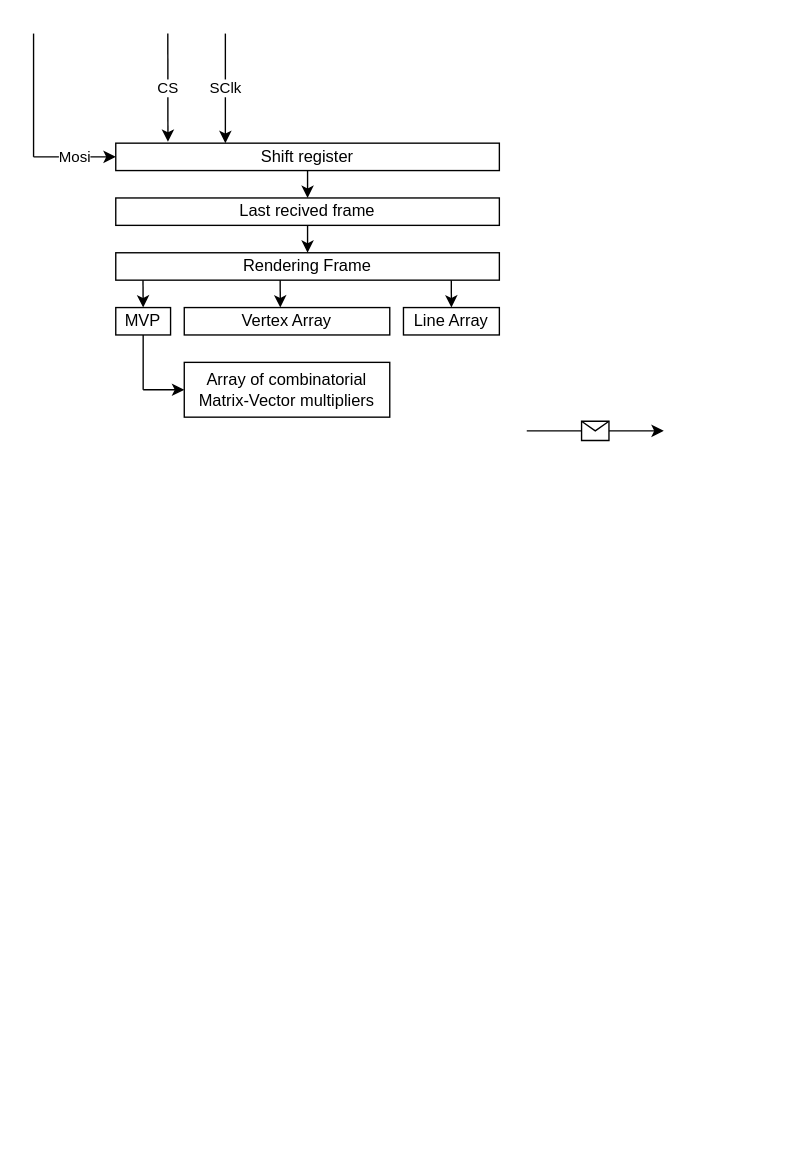
Above: fpga/Untitled Diagram.drawio in halworsen/tdt4295-grafikk (draw.io), before the change. Source tidied: cells renumbered, new cells numbered last; positions are measured from the earlier drawing's top-left corner, leaving out a move shared by most shapes. Both pictures are drawn from the tidied source at 137%, with x=0, y=0 at pixel (33, 33).
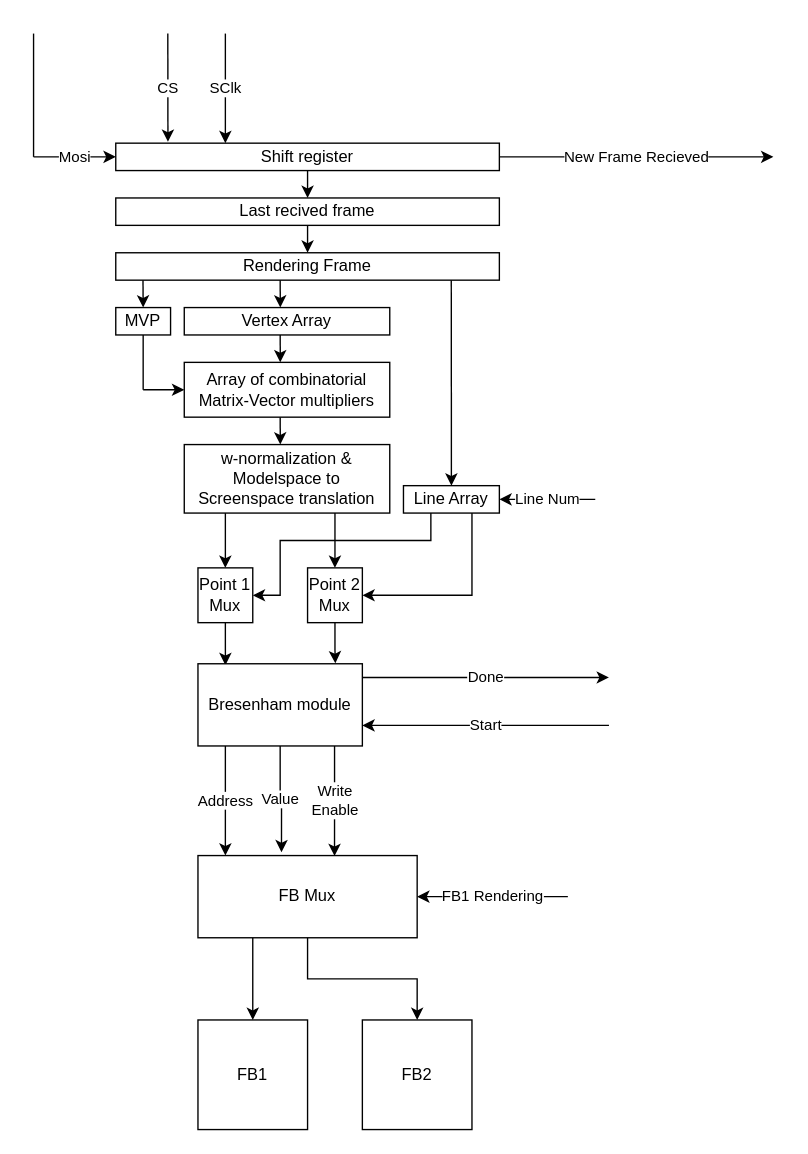
The same page after the edit.

The change refers to these unchanged cells:
```xml
<mxCell id="2" value="Shift register" style="rounded=0;whiteSpace=wrap;html=1;" parent="1" vertex="1">
  <mxGeometry x="60" y="80" width="280" height="20" as="geometry" />
</mxCell>
```

What changed in the source:
```diff
@@
+    <mxCell id="22" value="&lt;div&gt;New Frame Recieved&lt;/div&gt;" style="edgeStyle=orthogonalEdgeStyle;rounded=0;jettySize=auto;html=1;" parent="1" edge="1" source="2">
+      <mxGeometry relative="1" as="geometry">
+        <mxPoint x="540" y="90" as="targetPoint" />
+      </mxGeometry>
+    </mxCell>
@@
+    <mxCell id="23" style="edgeStyle=orthogonalEdgeStyle;rounded=0;jettySize=auto;html=1;entryX=1;entryY=0.5;entryDx=0;entryDy=0;" parent="1" edge="1" source="13" target="32">
+      <mxGeometry relative="1" as="geometry">
+        <Array as="points">
+          <mxPoint x="290" y="370" />
+          <mxPoint x="180" y="370" />
+          <mxPoint x="180" y="410" />
+        </Array>
+      </mxGeometry>
+    </mxCell>
+    <mxCell id="24" style="edgeStyle=orthogonalEdgeStyle;rounded=0;jettySize=auto;html=1;entryX=1;entryY=0.5;entryDx=0;entryDy=0;" parent="1" edge="1" source="13" target="34">
+      <mxGeometry relative="1" as="geometry">
+        <Array as="points">
+          <mxPoint x="320" y="410" />
+        </Array>
+      </mxGeometry>
+    </mxCell>
     <mxCell id="13" value="Line Array" style="rounded=0;whiteSpace=wrap;html=1;" parent="1" vertex="1">
-      <mxGeometry x="270" y="200" width="70" height="20" as="geometry" />
+      <mxGeometry x="270" y="330" width="70" height="20" as="geometry" />
     </mxCell>
@@
-    <mxCell id="16" style="endArrow=classic;html=1;rounded=0;entryX=0.5;entryY=0;entryDx=0;entryDy=0;exitX=0.071;exitY=1;exitDx=0;exitDy=0;exitPerimeter=0;" parent="1" edge="1">
+    <mxCell id="16" style="endArrow=classic;html=1;rounded=0;entryX=0.5;entryY=0;entryDx=0;entryDy=0;exitX=0.071;exitY=1;exitDx=0;exitDy=0;exitPerimeter=0;" parent="1" edge="1" target="13">
       <mxGeometry relative="1" as="geometry">
         <mxPoint x="304.9" y="180" as="sourcePoint" />
-        <mxPoint x="305" y="200" as="targetPoint" />
       </mxGeometry>
     </mxCell>
@@
-    <mxCell id="20" style="endArrow=classic;html=1;rounded=0;" parent="1" edge="1">
-      <mxGeometry relative="1" as="geometry">
-        <mxPoint x="360" y="290" as="sourcePoint" />
-        <mxPoint x="460" y="290" as="targetPoint" />
-      </mxGeometry>
-    </mxCell>
-    <mxCell id="21" style="shape=message;html=1;" parent="20" vertex="1">
-      <mxGeometry width="20" height="14" relative="1" as="geometry">
-        <mxPoint x="-10" y="-7" as="offset" />
-      </mxGeometry>
-    </mxCell>
+    <mxCell id="25" style="endArrow=classic;html=1;rounded=0;entryX=0.5;entryY=0;entryDx=0;entryDy=0;exitX=0.071;exitY=1;exitDx=0;exitDy=0;exitPerimeter=0;" parent="1" edge="1">
+      <mxGeometry relative="1" as="geometry">
+        <mxPoint x="180" y="220" as="sourcePoint" />
+        <mxPoint x="180.1" y="240" as="targetPoint" />
+      </mxGeometry>
+    </mxCell>
+    <mxCell id="26" style="edgeStyle=orthogonalEdgeStyle;rounded=0;jettySize=auto;html=1;" parent="1" edge="1" source="28" target="32">
+      <mxGeometry relative="1" as="geometry">
+        <Array as="points">
+          <mxPoint x="140" y="370" />
+          <mxPoint x="140" y="370" />
+        </Array>
+      </mxGeometry>
+    </mxCell>
+    <mxCell id="27" style="edgeStyle=orthogonalEdgeStyle;rounded=0;jettySize=auto;html=1;entryX=0.5;entryY=0;entryDx=0;entryDy=0;" parent="1" edge="1" source="28" target="34">
+      <mxGeometry relative="1" as="geometry">
+        <Array as="points">
+          <mxPoint x="220" y="360" />
+          <mxPoint x="220" y="360" />
+        </Array>
+      </mxGeometry>
+    </mxCell>
+    <mxCell id="28" value="w-normalization &amp;amp; Modelspace to Screenspace translation" style="rounded=0;whiteSpace=wrap;html=1;" parent="1" vertex="1">
+      <mxGeometry x="110" y="300" width="150" height="50" as="geometry" />
+    </mxCell>
+    <mxCell id="29" style="endArrow=classic;html=1;rounded=0;entryX=0.5;entryY=0;entryDx=0;entryDy=0;exitX=0.071;exitY=1;exitDx=0;exitDy=0;exitPerimeter=0;" parent="1" edge="1">
+      <mxGeometry relative="1" as="geometry">
+        <mxPoint x="180" y="280" as="sourcePoint" />
+        <mxPoint x="180.1" y="300" as="targetPoint" />
+      </mxGeometry>
+    </mxCell>
+    <mxCell id="30" value="Line Num" style="endArrow=classic;html=1;rounded=0;entryX=1;entryY=0.5;entryDx=0;entryDy=0;" parent="1" edge="1" target="13">
+      <mxGeometry relative="1" as="geometry">
+        <mxPoint x="410" y="340" as="sourcePoint" />
+      </mxGeometry>
+    </mxCell>
+    <mxCell id="31" style="edgeStyle=orthogonalEdgeStyle;rounded=0;jettySize=auto;html=1;entryX=0.167;entryY=0.017;entryDx=0;entryDy=0;entryPerimeter=0;" parent="1" edge="1" source="32" target="39">
+      <mxGeometry relative="1" as="geometry" />
+    </mxCell>
+    <mxCell id="32" value="Point 1 Mux" style="whiteSpace=wrap;html=1;" parent="1" vertex="1">
+      <mxGeometry x="120" y="390" width="40" height="40" as="geometry" />
+    </mxCell>
+    <mxCell id="33" style="edgeStyle=orthogonalEdgeStyle;rounded=0;jettySize=auto;html=1;entryX=0.836;entryY=-0.005;entryDx=0;entryDy=0;entryPerimeter=0;" parent="1" edge="1" source="34" target="39">
+      <mxGeometry relative="1" as="geometry" />
+    </mxCell>
+    <mxCell id="34" value="&lt;div&gt;Point 2&lt;/div&gt;&lt;div&gt; Mux&lt;/div&gt;" style="whiteSpace=wrap;html=1;" parent="1" vertex="1">
+      <mxGeometry x="200" y="390" width="40" height="40" as="geometry" />
+    </mxCell>
+    <mxCell id="35" value="&lt;div&gt;Done&lt;/div&gt;" style="edgeStyle=orthogonalEdgeStyle;rounded=0;jettySize=auto;html=1;" parent="1" edge="1" source="39">
+      <mxGeometry relative="1" as="geometry">
+        <mxPoint x="420" y="470" as="targetPoint" />
+        <Array as="points">
+          <mxPoint x="410" y="470" />
+        </Array>
+      </mxGeometry>
+    </mxCell>
+    <mxCell id="36" value="Address" style="edgeStyle=orthogonalEdgeStyle;rounded=0;jettySize=auto;html=1;" parent="1" edge="1" source="39" target="42">
+      <mxGeometry relative="1" as="geometry">
+        <Array as="points">
+          <mxPoint x="140" y="560" />
+          <mxPoint x="140" y="560" />
+        </Array>
+      </mxGeometry>
+    </mxCell>
+    <mxCell id="37" value="Value" style="edgeStyle=orthogonalEdgeStyle;rounded=0;jettySize=auto;html=1;entryX=0.381;entryY=-0.04;entryDx=0;entryDy=0;entryPerimeter=0;" parent="1" edge="1" source="39" target="42">
+      <mxGeometry relative="1" as="geometry">
+        <Array as="points">
+          <mxPoint x="180" y="560" />
+          <mxPoint x="181" y="560" />
+        </Array>
+      </mxGeometry>
+    </mxCell>
+    <mxCell id="38" value="Write&lt;br&gt;Enable" style="edgeStyle=orthogonalEdgeStyle;rounded=0;jettySize=auto;html=1;entryX=0.623;entryY=0.006;entryDx=0;entryDy=0;entryPerimeter=0;" parent="1" edge="1" source="39" target="42">
+      <mxGeometry relative="1" as="geometry">
+        <Array as="points">
+          <mxPoint x="220" y="560" />
+        </Array>
+      </mxGeometry>
+    </mxCell>
+    <mxCell id="39" value="Bresenham module" style="rounded=0;whiteSpace=wrap;html=1;" parent="1" vertex="1">
+      <mxGeometry x="120" y="460" width="120" height="60" as="geometry" />
+    </mxCell>
+    <mxCell id="40" style="edgeStyle=orthogonalEdgeStyle;rounded=0;jettySize=auto;html=1;entryX=0.5;entryY=0;entryDx=0;entryDy=0;" parent="1" edge="1" source="42" target="44">
+      <mxGeometry relative="1" as="geometry">
+        <Array as="points">
+          <mxPoint x="160" y="680" />
+          <mxPoint x="160" y="680" />
+        </Array>
+      </mxGeometry>
+    </mxCell>
+    <mxCell id="41" style="edgeStyle=orthogonalEdgeStyle;rounded=0;jettySize=auto;html=1;entryX=0.5;entryY=0;entryDx=0;entryDy=0;" parent="1" edge="1" source="42" target="45">
+      <mxGeometry relative="1" as="geometry">
+        <Array as="points">
+          <mxPoint x="200" y="690" />
+          <mxPoint x="280" y="690" />
+        </Array>
+      </mxGeometry>
+    </mxCell>
+    <mxCell id="42" value="FB Mux" style="rounded=0;whiteSpace=wrap;html=1;" parent="1" vertex="1">
+      <mxGeometry x="120" y="600" width="160" height="60" as="geometry" />
+    </mxCell>
+    <mxCell id="43" value="Start" style="endArrow=classic;html=1;rounded=0;entryX=1;entryY=0.75;entryDx=0;entryDy=0;" parent="1" edge="1" target="39">
+      <mxGeometry relative="1" as="geometry">
+        <mxPoint x="420" y="505" as="sourcePoint" />
+      </mxGeometry>
+    </mxCell>
+    <mxCell id="44" value="FB1" style="rounded=0;whiteSpace=wrap;html=1;" parent="1" vertex="1">
+      <mxGeometry x="120" y="720" width="80" height="80" as="geometry" />
+    </mxCell>
+    <mxCell id="45" value="&lt;div&gt;FB2&lt;/div&gt;" style="rounded=0;whiteSpace=wrap;html=1;" parent="1" vertex="1">
+      <mxGeometry x="240" y="720" width="80" height="80" as="geometry" />
+    </mxCell>
+    <mxCell id="46" value="FB1 Rendering" style="endArrow=classic;html=1;rounded=0;entryX=1;entryY=0.5;entryDx=0;entryDy=0;" parent="1" edge="1" target="42">
+      <mxGeometry relative="1" as="geometry">
+        <mxPoint x="390" y="630" as="sourcePoint" />
+      </mxGeometry>
+    </mxCell>
```
